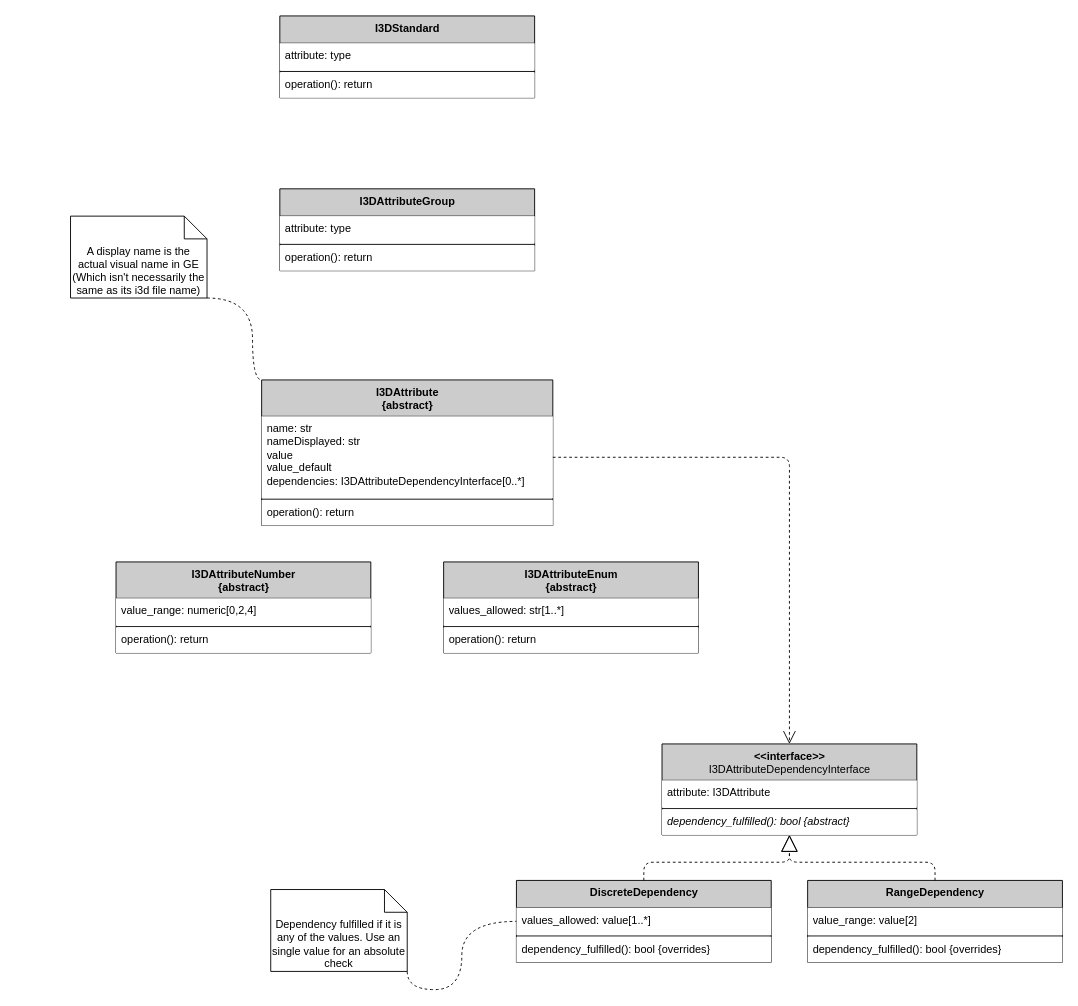
This is page "I3DAttributes" (3 of 3) of docs/diagrams/class_diagram.drawio from StjerneIdioten/GE-Core, a draw.io file, before an edit. Source tidied: cells renumbered, new cells numbered last; positions are measured from the earlier drawing's top-left corner, leaving out a move shared by most shapes. Both pictures are drawn from the tidied source at 91%, with x=0, y=0 at pixel (70, 15).
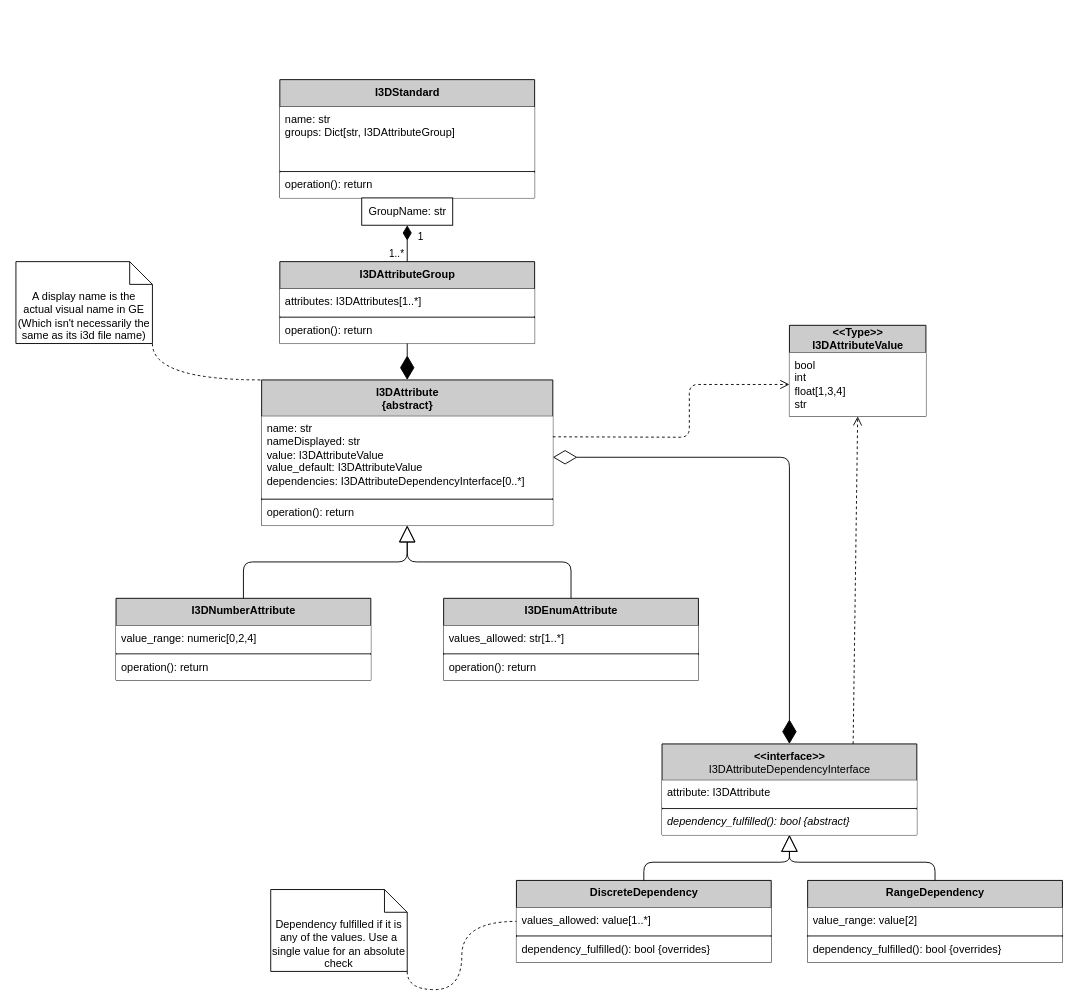
Above is the later version.

The change refers to these unchanged cells:
```xml
<mxCell id="2" value="I3DAttribute&lt;br&gt;{abstract}" style="swimlane;fontStyle=1;align=center;verticalAlign=top;horizontal=1;startSize=40;fillColor=#CCCCCC;html=1;fontSize=12;" parent="1" vertex="1">
  <mxGeometry x="210" y="400" width="320" height="160" as="geometry" />
</mxCell>
<mxCell id="24" value="&amp;lt;&amp;lt;interface&amp;gt;&amp;gt;&lt;br&gt;&lt;span style=&quot;font-weight: 400 ; text-align: left&quot;&gt;I3DAttributeDependencyInterface&lt;/span&gt;" style="swimlane;fontStyle=1;align=center;verticalAlign=top;horizontal=1;startSize=40;fillColor=#CCCCCC;html=1;" parent="1" vertex="1">
  <mxGeometry x="650" y="800" width="280" height="100" as="geometry" />
</mxCell>
<mxCell id="28" value="RangeDependency" style="swimlane;fontStyle=1;align=center;verticalAlign=top;horizontal=1;startSize=30;fillColor=#CCCCCC;html=1;fontSize=12;" parent="1" vertex="1">
  <mxGeometry x="810" y="950" width="280" height="90" as="geometry" />
</mxCell>
<mxCell id="32" value="DiscreteDependency" style="swimlane;fontStyle=1;align=center;verticalAlign=top;horizontal=1;startSize=30;fillColor=#CCCCCC;html=1;fontSize=12;" parent="1" vertex="1">
  <mxGeometry x="490" y="950" width="280" height="90" as="geometry" />
</mxCell>
```

The edit, as a diff of the source:
```diff
@@
-    <mxCell id="3" value="name: str&lt;br&gt;nameDisplayed: str&lt;br&gt;value&lt;br&gt;value_default&lt;br&gt;dependencies: I3DAttributeDependencyInterface[0..*]" style="text;strokeColor=none;align=left;verticalAlign=top;spacingLeft=4;spacingRight=4;overflow=hidden;points=[[0,0.5],[1,0.5],[1, 0.25],[1,0.75],[0, 0.25],[0,0.75]];portConstraint=eastwest;html=1;fillColor=#ffffff;" parent="2" vertex="1">
+    <mxCell id="3" value="name: str&lt;br&gt;nameDisplayed: str&lt;br&gt;value: I3DAttributeValue&lt;br&gt;value_default: I3DAttributeValue&lt;br&gt;dependencies: I3DAttributeDependencyInterface[0..*]" style="text;strokeColor=none;align=left;verticalAlign=top;spacingLeft=4;spacingRight=4;overflow=hidden;points=[[0,0.5],[1,0.5],[1, 0.25],[1,0.75],[0, 0.25],[0,0.75]];portConstraint=eastwest;html=1;fillColor=#ffffff;" parent="2" vertex="1">
       <mxGeometry y="40" width="320" height="90" as="geometry" />
     </mxCell>
@@
     <mxCell id="6" style="edgeStyle=orthogonalEdgeStyle;jettySize=auto;html=1;exitX=1;exitY=1;exitDx=0;exitDy=0;exitPerimeter=0;entryX=0;entryY=0;entryDx=0;entryDy=0;fontSize=12;dashed=1;endArrow=none;endFill=0;curved=1;" parent="1" edge="1" source="7" target="2">
       <mxGeometry relative="1" as="geometry">
         <Array as="points">
-          <mxPoint x="200" y="310" />
-          <mxPoint x="200" y="400" />
+          <mxPoint x="90" y="400" />
         </Array>
       </mxGeometry>
     </mxCell>
     <mxCell id="7" value="A display name is the actual visual name in GE (Which isn't necessarily the same as its i3d file name)" style="shape=note2;boundedLbl=1;whiteSpace=wrap;html=1;size=25;verticalAlign=top;align=center;fontSize=12;" parent="1" vertex="1">
-      <mxGeometry y="220" width="150" height="90" as="geometry" />
+      <mxGeometry x="-60" y="270" width="150" height="90" as="geometry" />
     </mxCell>
     <mxCell id="8" value="I3DAttributeGroup" style="swimlane;fontStyle=1;align=center;verticalAlign=top;horizontal=1;startSize=30;fillColor=#CCCCCC;html=1;fontSize=12;" parent="1" vertex="1">
-      <mxGeometry x="230" y="190" width="280" height="90" as="geometry" />
+      <mxGeometry x="230" y="270" width="280" height="90" as="geometry" />
     </mxCell>
-    <mxCell id="9" value="attribute: type&lt;br&gt;&amp;nbsp;" style="text;strokeColor=none;align=left;verticalAlign=top;spacingLeft=4;spacingRight=4;overflow=hidden;html=1;fillColor=#ffffff;" parent="8" vertex="1">
+    <mxCell id="9" value="attributes: I3DAttributes[1..*]&lt;br&gt;&amp;nbsp;" style="text;strokeColor=none;align=left;verticalAlign=top;spacingLeft=4;spacingRight=4;overflow=hidden;html=1;fillColor=#ffffff;" parent="8" vertex="1">
       <mxGeometry y="30" width="280" height="30" as="geometry" />
     </mxCell>
@@
-    <mxCell id="12" value="I3DStandard" style="swimlane;fontStyle=1;align=center;verticalAlign=top;horizontal=1;startSize=30;fillColor=#CCCCCC;html=1;fontSize=12;" parent="1" vertex="1">
-      <mxGeometry x="230" width="280" height="90" as="geometry" />
-    </mxCell>
-    <mxCell id="13" value="attribute: type&lt;br&gt;&amp;nbsp;" style="text;strokeColor=none;align=left;verticalAlign=top;spacingLeft=4;spacingRight=4;overflow=hidden;html=1;fillColor=#ffffff;" parent="12" vertex="1">
-      <mxGeometry y="30" width="280" height="30" as="geometry" />
-    </mxCell>
-    <mxCell id="14" style="line;strokeWidth=1;fillColor=none;align=left;verticalAlign=middle;spacingTop=0;spacingLeft=0;spacingRight=0;labelPosition=right;sketch=0;spacing=0;fontSize=12;perimeterSpacing=0;shadow=0;" parent="12" vertex="1">
-      <mxGeometry y="60" width="280" height="2.1" as="geometry" />
-    </mxCell>
-    <mxCell id="15" value="operation(): return" style="text;strokeColor=none;align=left;verticalAlign=top;spacingLeft=4;spacingRight=4;overflow=hidden;fillColor=#ffffff;html=1;" parent="12" vertex="1">
-      <mxGeometry y="62.1" width="280" height="27.9" as="geometry" />
-    </mxCell>
-    <mxCell id="16" value="I3DAttributeNumber&lt;br&gt;{abstract}" style="swimlane;fontStyle=1;align=center;verticalAlign=top;horizontal=1;startSize=40;fillColor=#CCCCCC;html=1;fontSize=12;" parent="1" vertex="1">
-      <mxGeometry x="50" y="600" width="280" height="100" as="geometry" />
+    <mxCell id="16" value="I3DNumberAttribute" style="swimlane;fontStyle=1;align=center;verticalAlign=top;horizontal=1;startSize=30;fillColor=#CCCCCC;html=1;fontSize=12;" parent="1" vertex="1">
+      <mxGeometry x="50" y="640" width="280" height="90" as="geometry" />
     </mxCell>
     <mxCell id="17" value="value_range: numeric[0,2,4]" style="text;strokeColor=none;align=left;verticalAlign=top;spacingLeft=4;spacingRight=4;overflow=hidden;html=1;fillColor=#ffffff;" parent="16" vertex="1">
-      <mxGeometry y="40" width="280" height="30" as="geometry" />
+      <mxGeometry y="30" width="280" height="30" as="geometry" />
     </mxCell>
     <mxCell id="18" style="line;strokeWidth=1;fillColor=none;align=left;verticalAlign=middle;spacingTop=0;spacingLeft=0;spacingRight=0;labelPosition=right;sketch=0;spacing=0;fontSize=12;perimeterSpacing=0;shadow=0;" parent="16" vertex="1">
-      <mxGeometry y="70" width="280" height="2.1" as="geometry" />
+      <mxGeometry y="60" width="280" height="2.1" as="geometry" />
     </mxCell>
     <mxCell id="19" value="operation(): return" style="text;strokeColor=none;align=left;verticalAlign=top;spacingLeft=4;spacingRight=4;overflow=hidden;fillColor=#ffffff;html=1;" parent="16" vertex="1">
-      <mxGeometry y="72.1" width="280" height="27.9" as="geometry" />
+      <mxGeometry y="62.1" width="280" height="27.9" as="geometry" />
     </mxCell>
-    <mxCell id="20" value="I3DAttributeEnum&lt;br&gt;{abstract}" style="swimlane;fontStyle=1;align=center;verticalAlign=top;horizontal=1;startSize=40;fillColor=#CCCCCC;html=1;fontSize=12;" parent="1" vertex="1">
-      <mxGeometry x="410" y="600" width="280" height="100" as="geometry" />
+    <mxCell id="20" value="I3DEnumAttribute" style="swimlane;fontStyle=1;align=center;verticalAlign=top;horizontal=1;startSize=30;fillColor=#CCCCCC;html=1;fontSize=12;" parent="1" vertex="1">
+      <mxGeometry x="410" y="640" width="280" height="90" as="geometry" />
     </mxCell>
     <mxCell id="21" value="values_allowed: str[1..*]" style="text;strokeColor=none;align=left;verticalAlign=top;spacingLeft=4;spacingRight=4;overflow=hidden;html=1;fillColor=#ffffff;" parent="20" vertex="1">
-      <mxGeometry y="40" width="280" height="30" as="geometry" />
+      <mxGeometry y="30" width="280" height="30" as="geometry" />
     </mxCell>
     <mxCell id="22" style="line;strokeWidth=1;fillColor=none;align=left;verticalAlign=middle;spacingTop=0;spacingLeft=0;spacingRight=0;labelPosition=right;sketch=0;spacing=0;fontSize=12;perimeterSpacing=0;shadow=0;" parent="20" vertex="1">
-      <mxGeometry y="70" width="280" height="2.1" as="geometry" />
+      <mxGeometry y="60" width="280" height="2.1" as="geometry" />
     </mxCell>
     <mxCell id="23" value="operation(): return" style="text;strokeColor=none;align=left;verticalAlign=top;spacingLeft=4;spacingRight=4;overflow=hidden;fillColor=#ffffff;html=1;" parent="20" vertex="1">
-      <mxGeometry y="72.1" width="280" height="27.9" as="geometry" />
+      <mxGeometry y="62.1" width="280" height="27.9" as="geometry" />
     </mxCell>
@@
-    <mxCell id="36" value="Dependency fulfilled if it is any of the values. Use an single value for an absolute check" style="shape=note2;boundedLbl=1;whiteSpace=wrap;html=1;size=25;verticalAlign=top;align=center;fontSize=12;" parent="1" vertex="1">
+    <mxCell id="36" value="Dependency fulfilled if it is any of the values. Use a single value for an absolute check" style="shape=note2;boundedLbl=1;whiteSpace=wrap;html=1;size=25;verticalAlign=top;align=center;fontSize=12;" parent="1" vertex="1">
       <mxGeometry x="220" y="960" width="150" height="90" as="geometry" />
     </mxCell>
@@
+    <mxCell id="41" value="&lt;b&gt;&amp;lt;&amp;lt;Type&amp;gt;&amp;gt;&lt;br&gt;I3DAttributeValue&lt;/b&gt;" style="swimlane;fontStyle=0;horizontal=1;startSize=30;html=1;fillColor=#CCCCCC;" parent="1" vertex="1">
+      <mxGeometry x="790" y="340" width="150" height="100" as="geometry" />
+    </mxCell>
+    <mxCell id="42" value="bool&lt;br&gt;int&lt;br&gt;float[1,3,4]&lt;br&gt;str" style="text;strokeColor=none;align=left;verticalAlign=top;spacingLeft=4;spacingRight=4;overflow=hidden;points=[[0,0.5],[1,0.5]];portConstraint=eastwest;html=1;fillColor=#ffffff;" parent="41" vertex="1">
+      <mxGeometry y="30" width="150" height="70" as="geometry" />
+    </mxCell>
+    <mxCell id="43" style="endArrow=open;startArrow=none;endFill=0;startFill=0;endSize=8;html=1;verticalAlign=bottom;dashed=1;labelBackgroundColor=none;exitX=1;exitY=0.25;exitDx=0;exitDy=0;entryX=0;entryY=0.5;entryDx=0;entryDy=0;" parent="1" edge="1" source="3" target="42">
+      <mxGeometry y="40" relative="1" as="geometry">
+        <Array as="points">
+          <mxPoint x="680" y="463" />
+          <mxPoint x="680" y="405" />
+        </Array>
+      </mxGeometry>
+    </mxCell>
+    <mxCell id="44" style="endArrow=open;startArrow=none;endFill=0;startFill=0;endSize=8;html=1;verticalAlign=bottom;dashed=1;labelBackgroundColor=none;exitX=0.75;exitY=0;exitDx=0;exitDy=0;entryX=0.5;entryY=1;entryDx=0;entryDy=0;" parent="1" edge="1" source="24" target="41">
+      <mxGeometry y="40" relative="1" as="geometry" />
+    </mxCell>
+    <mxCell id="40" style="endArrow=diamondThin;endFill=1;endSize=24;html=1;entryX=0.5;entryY=0;entryDx=0;entryDy=0;exitX=1;exitY=0.5;exitDx=0;exitDy=0;startArrow=diamondThin;startFill=0;startSize=24;" parent="1" edge="1" source="3" target="24">
+      <mxGeometry relative="1" as="geometry">
+        <Array as="points">
+          <mxPoint x="790" y="485" />
+        </Array>
+      </mxGeometry>
+    </mxCell>
-    <mxCell id="38" style="endArrow=block;endSize=16;endFill=0;html=1;dashed=1;fontSize=12;exitX=0.5;exitY=0;exitDx=0;exitDy=0;entryX=0.5;entryY=1;entryDx=0;entryDy=0;" parent="1" edge="1" source="32" target="24">
+    <mxCell id="38" style="endArrow=block;endSize=16;endFill=0;html=1;exitX=0.5;exitY=0;exitDx=0;exitDy=0;entryX=0.5;entryY=1;entryDx=0;entryDy=0;" parent="1" edge="1" source="32" target="24">
       <mxGeometry relative="1" as="geometry">
         <Array as="points">
           <mxPoint x="630" y="930" />
           <mxPoint x="790" y="930" />
         </Array>
       </mxGeometry>
     </mxCell>
-    <mxCell id="39" style="endArrow=block;endSize=16;endFill=0;html=1;dashed=1;fontSize=12;exitX=0.5;exitY=0;exitDx=0;exitDy=0;entryX=0.5;entryY=1;entryDx=0;entryDy=0;" parent="1" edge="1" source="28" target="24">
+    <mxCell id="39" style="endArrow=block;endSize=16;endFill=0;html=1;exitX=0.5;exitY=0;exitDx=0;exitDy=0;entryX=0.5;entryY=1;entryDx=0;entryDy=0;" parent="1" edge="1" source="28" target="24">
       <mxGeometry relative="1" as="geometry">
         <Array as="points">
           <mxPoint x="950" y="930" />
           <mxPoint x="790" y="930" />
         </Array>
       </mxGeometry>
     </mxCell>
-    <mxCell id="40" style="endArrow=open;endSize=12;dashed=1;html=1;align=center;fontSize=12;entryX=0.5;entryY=0;entryDx=0;entryDy=0;exitX=1;exitY=0.5;exitDx=0;exitDy=0;" parent="1" edge="1" source="3" target="24">
-      <mxGeometry relative="1" as="geometry">
-        <Array as="points">
-          <mxPoint x="790" y="485" />
-        </Array>
-      </mxGeometry>
-    </mxCell>
+    <mxCell id="45" style="endArrow=diamondThin;endFill=1;endSize=24;html=1;exitX=0.5;exitY=1;exitDx=0;exitDy=0;entryX=0.5;entryY=0;entryDx=0;entryDy=0;" parent="1" edge="1" source="8" target="2">
+      <mxGeometry relative="1" as="geometry" />
+    </mxCell>
+    <mxCell id="46" style="group;" parent="1" vertex="1">
+      <mxGeometry x="230" y="70" width="280" height="160" as="geometry" />
+    </mxCell>
+    <mxCell id="12" value="I3DStandard" style="swimlane;fontStyle=1;align=center;verticalAlign=top;horizontal=1;startSize=30;fillColor=#CCCCCC;html=1;fontSize=12;" parent="46" vertex="1">
+      <mxGeometry width="280" height="130" as="geometry" />
+    </mxCell>
+    <mxCell id="13" value="name: str&lt;br&gt;groups: Dict[str, I3DAttributeGroup]" style="text;strokeColor=none;align=left;verticalAlign=top;spacingLeft=4;spacingRight=4;overflow=hidden;html=1;fillColor=#ffffff;" parent="12" vertex="1">
+      <mxGeometry y="30" width="280" height="70" as="geometry" />
+    </mxCell>
+    <mxCell id="14" style="line;strokeWidth=1;fillColor=none;align=left;verticalAlign=middle;spacingTop=0;spacingLeft=0;spacingRight=0;labelPosition=right;sketch=0;spacing=0;fontSize=12;perimeterSpacing=0;shadow=0;" parent="12" vertex="1">
+      <mxGeometry y="100" width="280" height="2.1" as="geometry" />
+    </mxCell>
+    <mxCell id="15" value="operation(): return" style="text;strokeColor=none;align=left;verticalAlign=top;spacingLeft=4;spacingRight=4;overflow=hidden;fillColor=#ffffff;html=1;" parent="12" vertex="1">
+      <mxGeometry y="102.1" width="280" height="27.9" as="geometry" />
+    </mxCell>
+    <mxCell id="47" value="GroupName: str" style="text;html=1;align=center;verticalAlign=middle;dashed=0;fillColor=#ffffff;strokeColor=#000000;" parent="46" vertex="1">
+      <mxGeometry x="90" y="130" width="100" height="30" as="geometry" />
+    </mxCell>
+    <mxCell id="48" style="endArrow=none;html=1;endSize=12;startArrow=diamondThin;startSize=14;startFill=1;edgeStyle=orthogonalEdgeStyle;exitX=0.5;exitY=1;exitDx=0;exitDy=0;entryX=0.5;entryY=0;entryDx=0;entryDy=0;endFill=0;" parent="1" edge="1" source="47" target="8">
+      <mxGeometry relative="1" as="geometry" />
+    </mxCell>
+    <mxCell id="49" value="1" style="edgeLabel;html=1;align=left;verticalAlign=top;" parent="48" vertex="1">
+      <mxGeometry x="-1" relative="1" as="geometry">
+        <mxPoint x="10" as="offset" />
+      </mxGeometry>
+    </mxCell>
+    <mxCell id="50" value="1..*" style="edgeLabel;html=1;align=right;verticalAlign=top;" parent="48" vertex="1">
+      <mxGeometry x="1" relative="1" as="geometry">
+        <mxPoint x="-3" y="-22" as="offset" />
+      </mxGeometry>
+    </mxCell>
+    <mxCell id="51" style="endArrow=block;endSize=16;endFill=0;html=1;entryX=0.5;entryY=1;entryDx=0;entryDy=0;exitX=0.5;exitY=0;exitDx=0;exitDy=0;" parent="1" edge="1" source="20" target="2">
+      <mxGeometry relative="1" as="geometry">
+        <Array as="points">
+          <mxPoint x="550" y="600" />
+          <mxPoint x="370" y="600" />
+        </Array>
+      </mxGeometry>
+    </mxCell>
+    <mxCell id="52" style="endArrow=block;endSize=16;endFill=0;html=1;exitX=0.5;exitY=0;exitDx=0;exitDy=0;entryX=0.5;entryY=1;entryDx=0;entryDy=0;" parent="1" edge="1" source="16" target="2">
+      <mxGeometry relative="1" as="geometry">
+        <Array as="points">
+          <mxPoint x="190" y="600" />
+          <mxPoint x="370" y="600" />
+        </Array>
+      </mxGeometry>
+    </mxCell>
```
